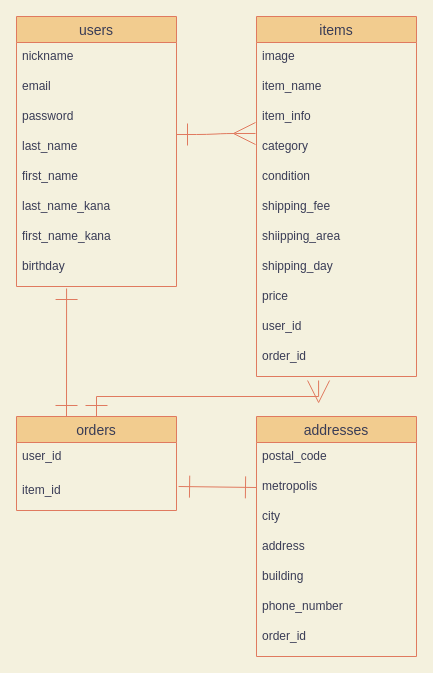
pengin0805/furima-35236 keeps this draw.io diagram as ER.dio. Above is the earlier version. Source tidied: cells renumbered, new cells numbered last; positions are measured from the earlier drawing's top-left corner, leaving out a move shared by most shapes. Both pictures are drawn from the tidied source at 100%, with x=0, y=0 at pixel (16, 16).
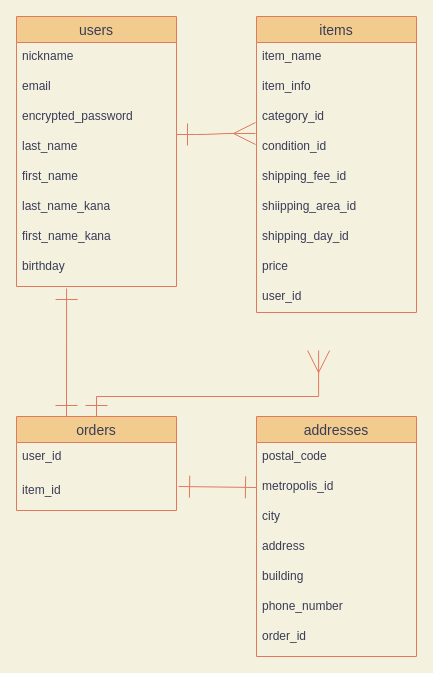
Above is the later version.

The change refers to these unchanged cells:
```xml
<mxCell id="14" value="users" style="swimlane;fontStyle=0;horizontal=1;startSize=26;align=center;fontSize=14;fillColor=#F2CC8F;strokeColor=#E07A5F;fontColor=#393C56;" parent="1" vertex="1">
  <mxGeometry width="160" height="270" as="geometry" />
</mxCell>
<mxCell id="24" value="orders" style="swimlane;fontStyle=0;horizontal=1;startSize=26;align=center;fontSize=14;fillColor=#F2CC8F;strokeColor=#E07A5F;fontColor=#393C56;" parent="1" vertex="1">
  <mxGeometry y="400" width="160" height="94" as="geometry" />
</mxCell>
<mxCell id="27" value="addresses" style="swimlane;fontStyle=0;horizontal=1;startSize=26;align=center;fontSize=14;fillColor=#F2CC8F;strokeColor=#E07A5F;fontColor=#393C56;" parent="1" vertex="1">
  <mxGeometry x="240" y="400" width="160" height="240" as="geometry" />
</mxCell>
```

Diff of the diagram source:
```diff
@@
     <mxCell id="2" value="items" style="swimlane;fontStyle=0;horizontal=1;startSize=26;align=center;fontSize=14;fillColor=#F2CC8F;strokeColor=#E07A5F;fontColor=#393C56;" parent="1" vertex="1">
-      <mxGeometry x="240" width="160" height="360" as="geometry" />
+      <mxGeometry x="240" width="160" height="296" as="geometry" />
     </mxCell>
-    <mxCell id="3" value="image" style="text;strokeColor=none;fillColor=none;spacingLeft=4;spacingRight=4;overflow=hidden;fontSize=12;fontColor=#393C56;" parent="2" vertex="1">
-      <mxGeometry y="26" width="160" height="30" as="geometry" />
-    </mxCell>
     <mxCell id="4" value="item_name" style="text;strokeColor=none;fillColor=none;spacingLeft=4;spacingRight=4;overflow=hidden;fontSize=12;fontColor=#393C56;" parent="2" vertex="1">
-      <mxGeometry y="56" width="160" height="30" as="geometry" />
+      <mxGeometry y="26" width="160" height="30" as="geometry" />
     </mxCell>
     <mxCell id="5" value="item_info" style="text;strokeColor=none;fillColor=none;spacingLeft=4;spacingRight=4;overflow=hidden;fontSize=12;fontColor=#393C56;" parent="2" vertex="1">
-      <mxGeometry y="86" width="160" height="30" as="geometry" />
+      <mxGeometry y="56" width="160" height="30" as="geometry" />
     </mxCell>
-    <mxCell id="6" value="category" style="text;strokeColor=none;fillColor=none;spacingLeft=4;spacingRight=4;overflow=hidden;fontSize=12;fontColor=#393C56;" parent="2" vertex="1">
-      <mxGeometry y="116" width="160" height="30" as="geometry" />
+    <mxCell id="6" value="category_id" style="text;strokeColor=none;fillColor=none;spacingLeft=4;spacingRight=4;overflow=hidden;fontSize=12;fontColor=#393C56;" parent="2" vertex="1">
+      <mxGeometry y="86" width="160" height="30" as="geometry" />
     </mxCell>
-    <mxCell id="7" value="condition" style="text;strokeColor=none;fillColor=none;spacingLeft=4;spacingRight=4;overflow=hidden;fontSize=12;fontColor=#393C56;" parent="2" vertex="1">
-      <mxGeometry y="146" width="160" height="30" as="geometry" />
+    <mxCell id="7" value="condition_id" style="text;strokeColor=none;fillColor=none;spacingLeft=4;spacingRight=4;overflow=hidden;fontSize=12;fontColor=#393C56;" parent="2" vertex="1">
+      <mxGeometry y="116" width="160" height="30" as="geometry" />
     </mxCell>
-    <mxCell id="8" value="shipping_fee" style="text;strokeColor=none;fillColor=none;spacingLeft=4;spacingRight=4;overflow=hidden;fontSize=12;fontColor=#393C56;" parent="2" vertex="1">
-      <mxGeometry y="176" width="160" height="30" as="geometry" />
+    <mxCell id="8" value="shipping_fee_id" style="text;strokeColor=none;fillColor=none;spacingLeft=4;spacingRight=4;overflow=hidden;fontSize=12;fontColor=#393C56;" parent="2" vertex="1">
+      <mxGeometry y="146" width="160" height="30" as="geometry" />
     </mxCell>
-    <mxCell id="9" value="shiipping_area" style="text;strokeColor=none;fillColor=none;spacingLeft=4;spacingRight=4;overflow=hidden;fontSize=12;fontColor=#393C56;" parent="2" vertex="1">
-      <mxGeometry y="206" width="160" height="30" as="geometry" />
+    <mxCell id="9" value="shiipping_area_id" style="text;strokeColor=none;fillColor=none;spacingLeft=4;spacingRight=4;overflow=hidden;fontSize=12;fontColor=#393C56;" parent="2" vertex="1">
+      <mxGeometry y="176" width="160" height="30" as="geometry" />
     </mxCell>
-    <mxCell id="10" value="shipping_day" style="text;strokeColor=none;fillColor=none;spacingLeft=4;spacingRight=4;overflow=hidden;fontSize=12;fontColor=#393C56;" parent="2" vertex="1">
-      <mxGeometry y="236" width="160" height="30" as="geometry" />
+    <mxCell id="10" value="shipping_day_id" style="text;strokeColor=none;fillColor=none;spacingLeft=4;spacingRight=4;overflow=hidden;fontSize=12;fontColor=#393C56;" parent="2" vertex="1">
+      <mxGeometry y="206" width="160" height="30" as="geometry" />
     </mxCell>
     <mxCell id="11" value="price" style="text;strokeColor=none;fillColor=none;spacingLeft=4;spacingRight=4;overflow=hidden;fontSize=12;fontColor=#393C56;" parent="2" vertex="1">
-      <mxGeometry y="266" width="160" height="30" as="geometry" />
+      <mxGeometry y="236" width="160" height="30" as="geometry" />
     </mxCell>
     <mxCell id="12" value="user_id" style="text;strokeColor=none;fillColor=none;spacingLeft=4;spacingRight=4;overflow=hidden;fontSize=12;fontColor=#393C56;" parent="2" vertex="1">
-      <mxGeometry y="296" width="160" height="30" as="geometry" />
+      <mxGeometry y="266" width="160" height="30" as="geometry" />
     </mxCell>
-    <mxCell id="13" value="order_id" style="text;strokeColor=none;fillColor=none;spacingLeft=4;spacingRight=4;overflow=hidden;points=[[0,0.5],[1,0.5]];portConstraint=eastwest;fontSize=12;fontColor=#393C56;" parent="2" vertex="1">
-      <mxGeometry y="326" width="160" height="34" as="geometry" />
-    </mxCell>
@@
-    <mxCell id="17" value="password" style="text;strokeColor=none;fillColor=none;spacingLeft=4;spacingRight=4;overflow=hidden;fontSize=12;fontColor=#393C56;" parent="14" vertex="1">
+    <mxCell id="17" value="encrypted_password" style="text;strokeColor=none;fillColor=none;spacingLeft=4;spacingRight=4;overflow=hidden;fontSize=12;fontColor=#393C56;" parent="14" vertex="1">
       <mxGeometry y="86" width="160" height="30" as="geometry" />
     </mxCell>
@@
-    <mxCell id="23" style="edgeStyle=orthogonalEdgeStyle;rounded=0;jettySize=auto;html=1;exitX=0.5;exitY=0;exitDx=0;exitDy=0;startArrow=ERone;startFill=0;endArrow=ERmany;endFill=0;endSize=20;startSize=20;labelBackgroundColor=#F4F1DE;strokeColor=#E07A5F;fontColor=#393C56;entryX=0.388;entryY=1.118;entryDx=0;entryDy=0;entryPerimeter=0;" parent="1" edge="1" source="24" target="13">
+    <mxCell id="23" style="edgeStyle=orthogonalEdgeStyle;rounded=0;jettySize=auto;html=1;exitX=0.5;exitY=0;exitDx=0;exitDy=0;startArrow=ERone;startFill=0;endArrow=ERmany;endFill=0;endSize=20;startSize=20;labelBackgroundColor=#F4F1DE;strokeColor=#E07A5F;fontColor=#393C56;entryX=0.388;entryY=1.118;entryDx=0;entryDy=0;entryPerimeter=0;" parent="1" edge="1" source="24">
       <mxGeometry relative="1" as="geometry">
+        <mxPoint x="302.1" y="334" as="targetPoint" />
         <Array as="points">
           <mxPoint x="80" y="380" />
           <mxPoint x="302" y="380" />
         </Array>
       </mxGeometry>
     </mxCell>
@@
-    <mxCell id="29" value="metropolis" style="text;strokeColor=none;fillColor=none;spacingLeft=4;spacingRight=4;overflow=hidden;points=[[0,0.5],[1,0.5]];portConstraint=eastwest;fontSize=12;fontColor=#393C56;" parent="27" vertex="1">
+    <mxCell id="29" value="metropolis_id" style="text;strokeColor=none;fillColor=none;spacingLeft=4;spacingRight=4;overflow=hidden;points=[[0,0.5],[1,0.5]];portConstraint=eastwest;fontSize=12;fontColor=#393C56;" parent="27" vertex="1">
       <mxGeometry y="56" width="160" height="30" as="geometry" />
     </mxCell>
```
